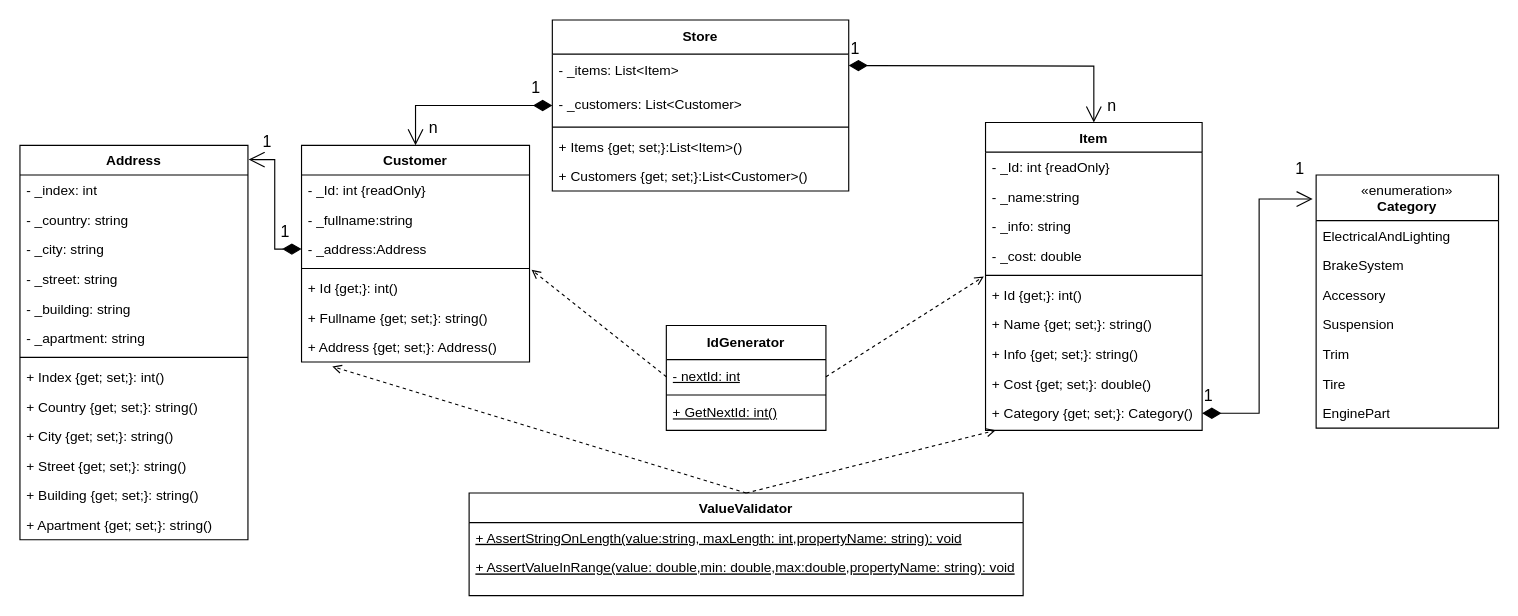
KorInTor/Programming keeps this draw.io diagram as doc/Practics2.drawio. Above is the earlier version. Source tidied: cells renumbered, new cells numbered last; positions are measured from the earlier drawing's top-left corner, leaving out a move shared by most shapes. Both pictures are drawn from the tidied source at 114%, with x=0, y=0 at pixel (19, 19).
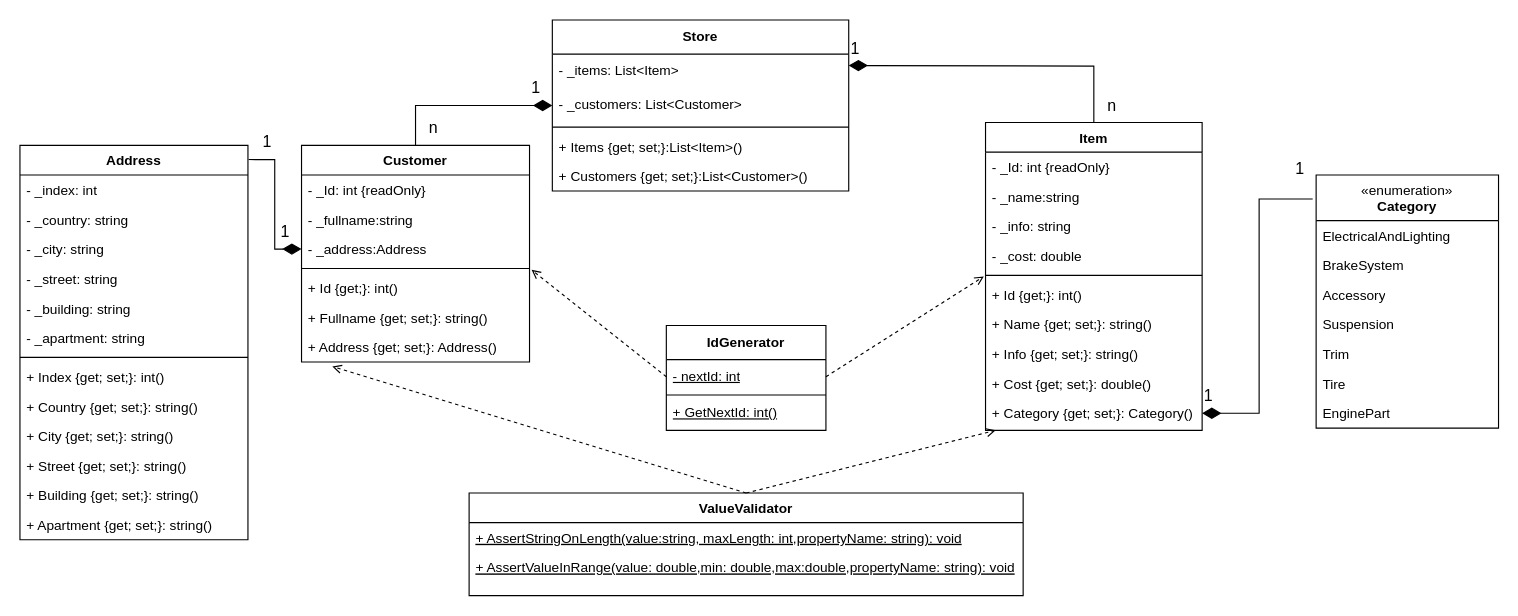
The same page after the edit.

Commit message (it also covers changes not shown here):
doc: - added new UML diagramm - fixed previos

The change refers to these unchanged cells:
```xml
<mxCell id="2" value="Item" style="swimlane;fontStyle=1;align=center;verticalAlign=top;horizontal=1;startSize=26;rounded=0;shadow=0;strokeWidth=1;" parent="1" vertex="1">
  <mxGeometry x="847" y="90" width="190" height="270" as="geometry" />
</mxCell>
<mxCell id="12" value="+ Category {get; set;}: Category()" style="text;align=left;verticalAlign=top;spacingLeft=4;spacingRight=4;overflow=hidden;points=[[0,0.5],[1,0.5]];portConstraint=eastwest;rounded=0;shadow=0;html=0;" parent="2" vertex="1">
  <mxGeometry y="242" width="190" height="26" as="geometry" />
</mxCell>
<mxCell id="13" value="Customer" style="swimlane;fontStyle=1;align=center;verticalAlign=top;horizontal=1;startSize=26;rounded=0;shadow=0;strokeWidth=1;" parent="1" vertex="1">
  <mxGeometry x="247" y="110" width="200" height="190" as="geometry" />
</mxCell>
<mxCell id="16" value="- _address:Address" style="text;align=left;verticalAlign=top;spacingLeft=4;spacingRight=4;overflow=hidden;points=[[0,0.5],[1,0.5]];portConstraint=eastwest;rounded=0;shadow=0;html=0;" parent="13" vertex="1">
  <mxGeometry y="78" width="200" height="26" as="geometry" />
</mxCell>
<mxCell id="34" value="- _customers: List&amp;lt;Customer&amp;gt;" style="text;strokeColor=none;fillColor=none;align=left;verticalAlign=middle;spacingLeft=4;spacingRight=4;overflow=hidden;points=[[0,0.5],[1,0.5]];portConstraint=eastwest;whiteSpace=wrap;html=1;" parent="32" vertex="1">
  <mxGeometry y="60" width="260" height="30" as="geometry" />
</mxCell>
<mxCell id="44" value="&lt;span style=&quot;font-weight: normal;&quot;&gt;«enumeration»&lt;/span&gt;&lt;br&gt;Category" style="swimlane;fontStyle=1;align=center;verticalAlign=top;horizontal=1;startSize=40;whiteSpace=wrap;html=1;" parent="1" vertex="1">
  <mxGeometry x="1137" y="136" width="160" height="222" as="geometry" />
</mxCell>
<mxCell id="55" value="Address" style="swimlane;fontStyle=1;align=center;verticalAlign=top;horizontal=1;startSize=26;rounded=0;shadow=0;strokeWidth=1;" parent="1" vertex="1">
  <mxGeometry y="110" width="200" height="346" as="geometry" />
</mxCell>
```

Change to the diagram source:
```diff
@@
-    <mxCell id="38" style="endArrow=open;html=1;endSize=12;startArrow=diamondThin;startSize=14;startFill=1;edgeStyle=orthogonalEdgeStyle;rounded=0;entryX=0.5;entryY=0;entryDx=0;entryDy=0;" parent="1" edge="1" target="2">
+    <mxCell id="38" style="endArrow=none;html=1;endSize=12;startArrow=diamondThin;startSize=14;startFill=1;edgeStyle=orthogonalEdgeStyle;rounded=0;entryX=0.5;entryY=0;entryDx=0;entryDy=0;endFill=0;" parent="1" edge="1" target="2">
       <mxGeometry relative="1" as="geometry">
         <mxPoint x="727" y="40" as="sourcePoint" />
       </mxGeometry>
     </mxCell>
@@
-    <mxCell id="41" style="endArrow=open;html=1;endSize=12;startArrow=diamondThin;startSize=14;startFill=1;edgeStyle=orthogonalEdgeStyle;rounded=0;entryX=0.5;entryY=0;entryDx=0;entryDy=0;exitX=0;exitY=0.5;exitDx=0;exitDy=0;" parent="1" edge="1" source="34" target="13">
+    <mxCell id="41" style="endArrow=none;html=1;endSize=12;startArrow=diamondThin;startSize=14;startFill=1;edgeStyle=orthogonalEdgeStyle;rounded=0;entryX=0.5;entryY=0;entryDx=0;entryDy=0;exitX=0;exitY=0.5;exitDx=0;exitDy=0;endFill=0;" parent="1" edge="1" source="34" target="13">
       <mxGeometry relative="1" as="geometry" />
     </mxCell>
@@
-    <mxCell id="52" style="endArrow=open;html=1;endSize=12;startArrow=diamondThin;startSize=14;startFill=1;edgeStyle=orthogonalEdgeStyle;rounded=0;entryX=-0.019;entryY=0.095;entryDx=0;entryDy=0;exitX=1;exitY=0.5;exitDx=0;exitDy=0;entryPerimeter=0;" parent="1" edge="1" source="12" target="44">
+    <mxCell id="52" style="endArrow=none;html=1;endSize=12;startArrow=diamondThin;startSize=14;startFill=1;edgeStyle=orthogonalEdgeStyle;rounded=0;entryX=-0.019;entryY=0.095;entryDx=0;entryDy=0;exitX=1;exitY=0.5;exitDx=0;exitDy=0;entryPerimeter=0;endFill=0;" parent="1" edge="1" source="12" target="44">
       <mxGeometry relative="1" as="geometry" />
     </mxCell>
@@
-    <mxCell id="69" style="endArrow=open;html=1;endSize=12;startArrow=diamondThin;startSize=14;startFill=1;edgeStyle=orthogonalEdgeStyle;rounded=0;entryX=1.003;entryY=0.036;entryDx=0;entryDy=0;exitX=0;exitY=0.5;exitDx=0;exitDy=0;entryPerimeter=0;" parent="1" edge="1" source="16" target="55">
+    <mxCell id="69" style="endArrow=none;html=1;endSize=12;startArrow=diamondThin;startSize=14;startFill=1;edgeStyle=orthogonalEdgeStyle;rounded=0;entryX=1.003;entryY=0.036;entryDx=0;entryDy=0;exitX=0;exitY=0.5;exitDx=0;exitDy=0;entryPerimeter=0;endFill=0;" parent="1" edge="1" source="16" target="55">
       <mxGeometry relative="1" as="geometry" />
     </mxCell>
```
